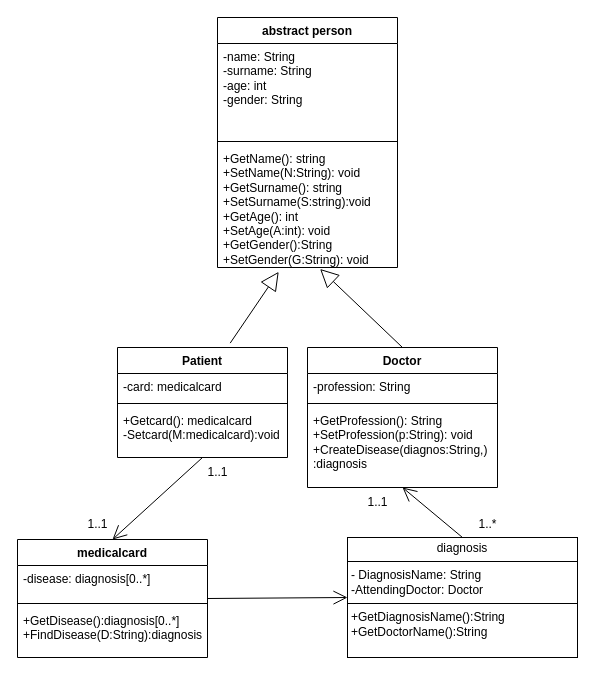
Ivan-Oskin/SenlaHomeWorks keeps this draw.io diagram as task2/3/patient.drawio. Above is the earlier version. Source tidied: cells renumbered, new cells numbered last; positions are measured from the earlier drawing's top-left corner, leaving out a move shared by most shapes. Both pictures are drawn from the tidied source at 100%, with x=0, y=0 at pixel (17, 17).
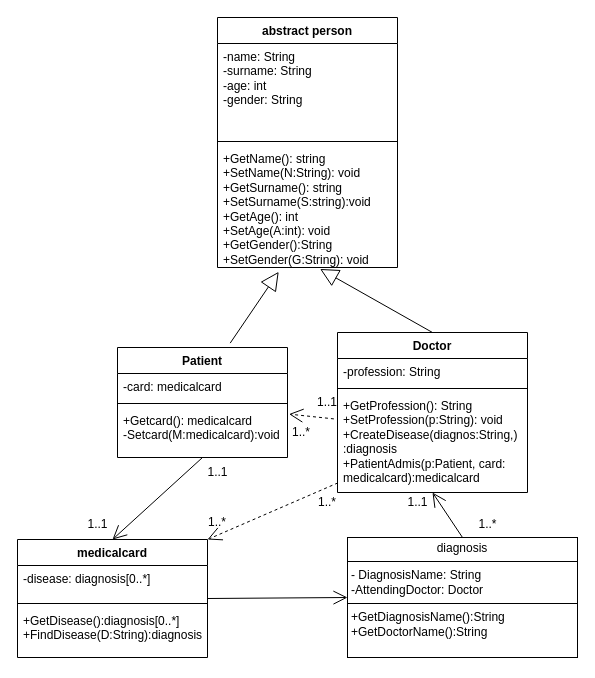
The same diagram, later.

The change refers to these unchanged cells:
```xml
<mxCell id="9" value="&lt;div&gt;+Getcard(): medicalcard&lt;/div&gt;&lt;div&gt;-Setcard(M:medicalcard):void&lt;/div&gt;&lt;div&gt;&lt;br&gt;&lt;/div&gt;" style="text;strokeColor=none;fillColor=none;align=left;verticalAlign=top;spacingLeft=4;spacingRight=4;overflow=hidden;points=[[0,0.5],[1,0.5]];portConstraint=eastwest;whiteSpace=wrap;html=1;" parent="6" vertex="1">
  <mxGeometry y="60" width="170" height="50" as="geometry" />
</mxCell>
<mxCell id="10" value="medicalcard" style="swimlane;fontStyle=1;align=center;verticalAlign=top;horizontal=1;startSize=26;whiteSpace=wrap;html=1;" parent="1" vertex="1">
  <mxGeometry y="522" width="190" height="118" as="geometry" />
</mxCell>
```

Diff of the diagram source:
```diff
@@
     <mxCell id="14" value="Doctor" style="swimlane;fontStyle=1;align=center;verticalAlign=top;horizontal=1;startSize=26;whiteSpace=wrap;html=1;" parent="1" vertex="1">
-      <mxGeometry x="290" y="330" width="190" height="140" as="geometry" />
+      <mxGeometry x="320" y="315" width="190" height="160" as="geometry" />
     </mxCell>
@@
-    <mxCell id="17" value="&lt;div&gt;+GetProfession(): String&lt;/div&gt;&lt;div&gt;+SetProfession(p:String): void&lt;/div&gt;&lt;div&gt;+CreateDisease(diagnos:String,)&lt;/div&gt;&lt;div&gt;:diagnosis&lt;/div&gt;" style="text;strokeColor=none;fillColor=none;align=left;verticalAlign=top;spacingLeft=4;spacingRight=4;overflow=hidden;points=[[0,0.5],[1,0.5]];portConstraint=eastwest;whiteSpace=wrap;html=1;labelBackgroundColor=default;" parent="14" vertex="1">
-      <mxGeometry y="60" width="190" height="80" as="geometry" />
+    <mxCell id="17" value="&lt;div&gt;+GetProfession(): String&lt;/div&gt;&lt;div&gt;+SetProfession(p:String): void&lt;/div&gt;&lt;div&gt;+CreateDisease(diagnos:String,)&lt;/div&gt;&lt;div&gt;:diagnosis&lt;/div&gt;&lt;div&gt;+PatientAdmis(p:Patient, card: medicalcard):medicalcard&lt;/div&gt;" style="text;strokeColor=none;fillColor=none;align=left;verticalAlign=top;spacingLeft=4;spacingRight=4;overflow=hidden;points=[[0,0.5],[1,0.5]];portConstraint=eastwest;whiteSpace=wrap;html=1;labelBackgroundColor=default;" parent="14" vertex="1">
+      <mxGeometry y="60" width="190" height="100" as="geometry" />
     </mxCell>
@@
     <mxCell id="26" value="&lt;div&gt;1..1&lt;/div&gt;" style="text;html=1;align=center;verticalAlign=middle;strokeColor=none;fillColor=none;" parent="1" vertex="1">
-      <mxGeometry x="340" y="470" width="40" height="30" as="geometry" />
+      <mxGeometry x="380" y="470" width="40" height="30" as="geometry" />
     </mxCell>
@@
+    <mxCell id="28" style="endArrow=open;endSize=12;dashed=1;html=1;rounded=0;entryX=1;entryY=0;entryDx=0;entryDy=0;exitX=0.002;exitY=0.904;exitDx=0;exitDy=0;exitPerimeter=0;" parent="1" edge="1" source="17" target="10">
+      <mxGeometry relative="1" as="geometry" />
+    </mxCell>
+    <mxCell id="29" value="1..*" style="text;html=1;whiteSpace=wrap;strokeColor=none;fillColor=none;align=center;verticalAlign=middle;rounded=0;" parent="1" vertex="1">
+      <mxGeometry x="280" y="470" width="60" height="30" as="geometry" />
+    </mxCell>
+    <mxCell id="30" value="1..*" style="text;html=1;whiteSpace=wrap;strokeColor=none;fillColor=none;align=center;verticalAlign=middle;rounded=0;" parent="1" vertex="1">
+      <mxGeometry x="170" y="490" width="60" height="30" as="geometry" />
+    </mxCell>
+    <mxCell id="31" style="endArrow=open;endSize=12;dashed=1;html=1;rounded=0;entryX=1.009;entryY=0.132;entryDx=0;entryDy=0;entryPerimeter=0;exitX=-0.019;exitY=0.264;exitDx=0;exitDy=0;exitPerimeter=0;" parent="1" edge="1" source="17" target="9">
+      <mxGeometry relative="1" as="geometry" />
+    </mxCell>
+    <mxCell id="32" value="1..*" style="text;html=1;whiteSpace=wrap;strokeColor=none;fillColor=none;align=center;verticalAlign=middle;rounded=0;" parent="1" vertex="1">
+      <mxGeometry x="254" y="400" width="60" height="30" as="geometry" />
+    </mxCell>
+    <mxCell id="33" value="1..1" style="text;html=1;whiteSpace=wrap;strokeColor=none;fillColor=none;align=center;verticalAlign=middle;rounded=0;" parent="1" vertex="1">
+      <mxGeometry x="280" y="370" width="60" height="30" as="geometry" />
+    </mxCell>
```
